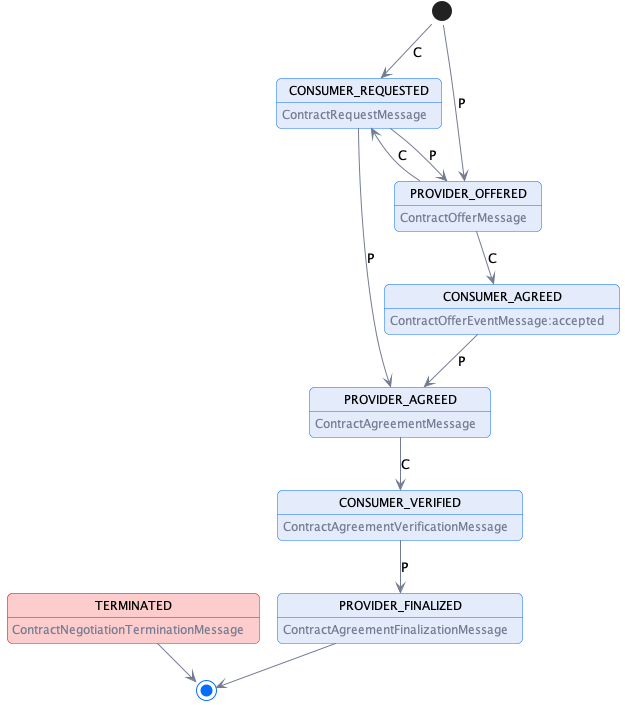
Before: specifications/negotiation/contract.negotiation.state.machine.png, a diagram exported from PlantUML (Metaform/edc-protocols).
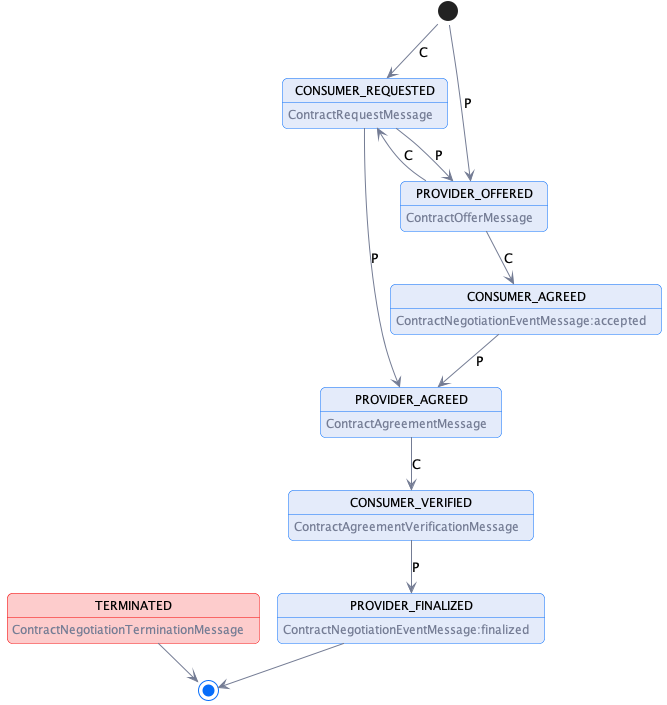
After the commit.

Commit message:
Fixes to contract negotiation documents to accomodate recent agreed changes

Change to the diagram source:
```diff
@@ -7,10 +7,10 @@
 
 state CONSUMER_REQUESTED: <color:$darkGray>ContractRequestMessage
 state PROVIDER_OFFERED: <color:$darkGray>ContractOfferMessage
-state CONSUMER_AGREED: <color:$darkGray>ContractOfferEventMessage:accepted
+state CONSUMER_AGREED: <color:$darkGray>ContractNegotiationEventMessage:accepted
 state PROVIDER_AGREED: <color:$darkGray>ContractAgreementMessage
 state CONSUMER_VERIFIED: <color:$darkGray>ContractAgreementVerificationMessage
-state PROVIDER_FINALIZED: <color:$darkGray>ContractAgreementFinalizationMessage
+state PROVIDER_FINALIZED: <color:$darkGray>ContractNegotiationEventMessage:finalized
 
 state TERMINATED $lightRed #$borderRed:  <color:$darkGray>ContractNegotiationTerminationMessage
 
```
